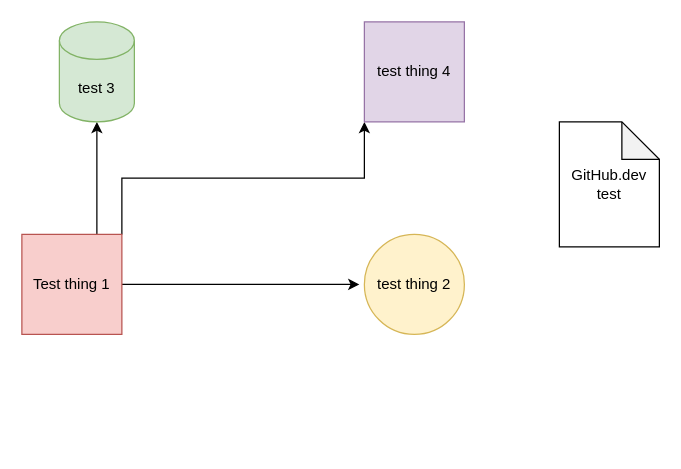
The draw.io diagram Test-diagram.drawio in CBeelen/amicable_numbers, before the edit. Source tidied: cells renumbered, new cells numbered last; positions are measured from the earlier drawing's top-left corner, leaving out a move shared by most shapes. Both pictures are drawn from the tidied source at 125%, with x=0, y=0 at pixel (21, 21).
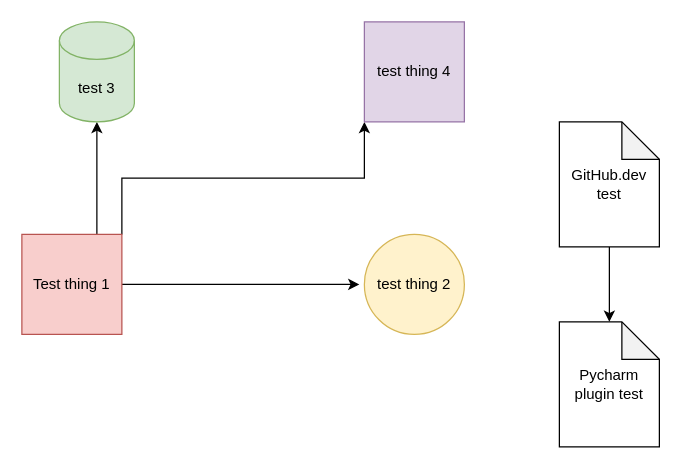
Above is the later version.

Commit message:
test pycharm plugin

Diff of the diagram source:
```diff
@@
 <mxGraphModel>
   <root>
     <mxCell id="0" />
     <mxCell id="1" parent="0" />
     <mxCell id="2" style="edgeStyle=orthogonalEdgeStyle;rounded=0;jettySize=auto;html=1;exitX=1;exitY=0.5;exitDx=0;exitDy=0;" parent="1" edge="1" source="5">
       <mxGeometry relative="1" as="geometry">
         <mxPoint x="270" y="210" as="targetPoint" />
       </mxGeometry>
     </mxCell>
     <mxCell id="3" style="edgeStyle=orthogonalEdgeStyle;rounded=0;jettySize=auto;html=1;exitX=0.75;exitY=0;exitDx=0;exitDy=0;" parent="1" edge="1" source="5" target="7">
       <mxGeometry relative="1" as="geometry" />
     </mxCell>
     <mxCell id="4" style="edgeStyle=orthogonalEdgeStyle;rounded=0;jettySize=auto;html=1;exitX=1;exitY=0;exitDx=0;exitDy=0;entryX=0;entryY=1;entryDx=0;entryDy=0;" parent="1" edge="1" source="5" target="8">
       <mxGeometry relative="1" as="geometry" />
     </mxCell>
     <mxCell id="5" value="Test thing 1" style="whiteSpace=wrap;html=1;fillColor=#f8cecc;strokeColor=#b85450;" parent="1" vertex="1">
       <mxGeometry y="170" width="80" height="80" as="geometry" />
     </mxCell>
     <mxCell id="6" value="test thing 2" style="ellipse;whiteSpace=wrap;html=1;fillColor=#fff2cc;strokeColor=#d6b656;" parent="1" vertex="1">
       <mxGeometry x="274" y="170" width="80" height="80" as="geometry" />
     </mxCell>
     <mxCell id="7" value="test 3" style="shape=cylinder3;whiteSpace=wrap;html=1;boundedLbl=1;backgroundOutline=1;size=15;fillColor=#d5e8d4;strokeColor=#82b366;" parent="1" vertex="1">
       <mxGeometry x="30" width="60" height="80" as="geometry" />
     </mxCell>
     <mxCell id="8" value="test thing 4" style="whiteSpace=wrap;html=1;fillColor=#e1d5e7;strokeColor=#9673a6;" parent="1" vertex="1">
       <mxGeometry x="274" width="80" height="80" as="geometry" />
     </mxCell>
+    <mxCell id="10" style="edgeStyle=orthogonalEdgeStyle;rounded=0;jettySize=auto;html=1;" parent="1" edge="1" source="9" target="11">
+      <mxGeometry relative="1" as="geometry" />
+    </mxCell>
     <mxCell id="9" value="GitHub.dev test" style="shape=note;whiteSpace=wrap;html=1;backgroundOutline=1;darkOpacity=0.05;" parent="1" vertex="1">
       <mxGeometry x="430" y="80" width="80" height="100" as="geometry" />
     </mxCell>
+    <mxCell id="11" value="Pycharm plugin test" style="shape=note;whiteSpace=wrap;html=1;backgroundOutline=1;darkOpacity=0.05;" parent="1" vertex="1">
+      <mxGeometry x="430" y="240" width="80" height="100" as="geometry" />
+    </mxCell>
   </root>
 </mxGraphModel>
```
